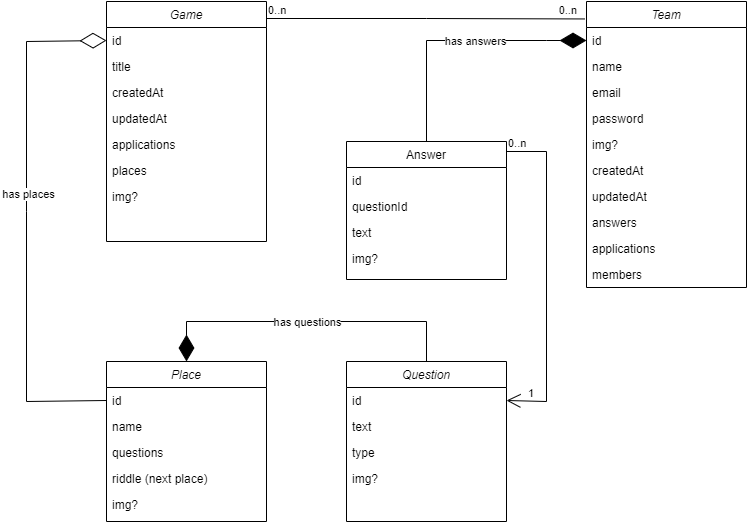
mherczku/szititour keeps this draw.io diagram as images/szititour-backend.png. Above is the earlier version. Source tidied: cells renumbered, new cells last; positions are measured from the earlier drawing's top-left corner, leaving out a move shared by most shapes.
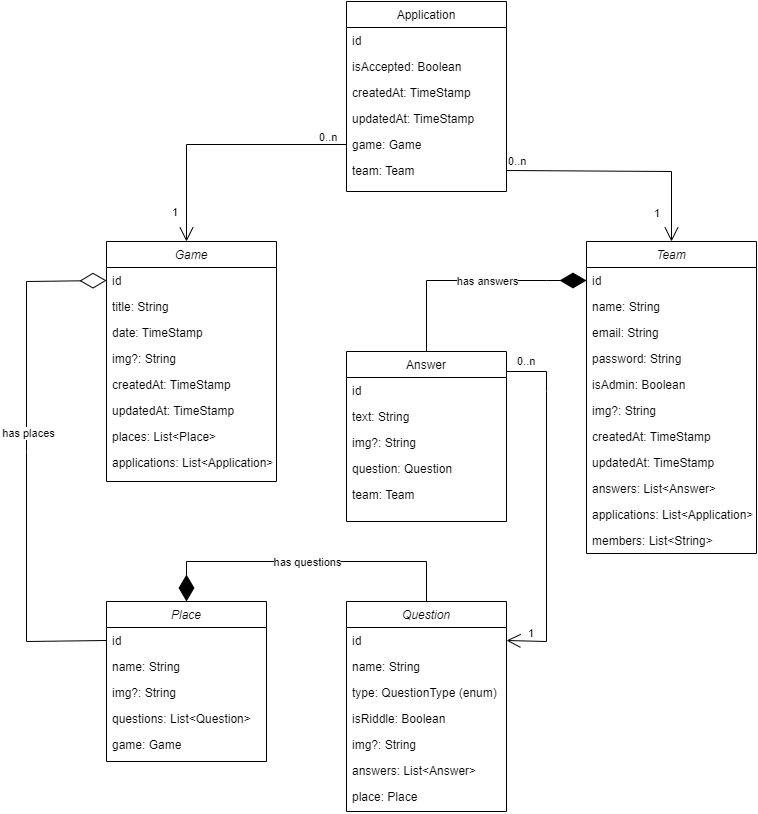
After the commit.

Diff of the diagram source:
```diff
@@ -3,95 +3,104 @@
     <mxCell id="0" />
     <mxCell id="1" parent="0" />
     <mxCell id="2" value="Team" style="swimlane;fontStyle=2;align=center;verticalAlign=top;horizontal=1;startSize=26;rounded=0;shadow=0;strokeWidth=1;" parent="1" vertex="1">
-      <mxGeometry x="560" width="160" height="286" as="geometry" />
+      <mxGeometry x="560" width="170" height="312" as="geometry" />
     </mxCell>
     <mxCell id="3" value="id" style="text;align=left;verticalAlign=top;spacingLeft=4;spacingRight=4;overflow=hidden;points=[[0,0.5],[1,0.5]];portConstraint=eastwest;" parent="2" vertex="1">
-      <mxGeometry y="26" width="160" height="26" as="geometry" />
+      <mxGeometry y="26" width="170" height="26" as="geometry" />
     </mxCell>
-    <mxCell id="4" value="name" style="text;align=left;verticalAlign=top;spacingLeft=4;spacingRight=4;overflow=hidden;rounded=0;shadow=0;html=0;" parent="2" vertex="1">
-      <mxGeometry y="52" width="160" height="26" as="geometry" />
+    <mxCell id="4" value="name: String" style="text;align=left;verticalAlign=top;spacingLeft=4;spacingRight=4;overflow=hidden;rounded=0;shadow=0;html=0;" parent="2" vertex="1">
+      <mxGeometry y="52" width="170" height="26" as="geometry" />
     </mxCell>
-    <mxCell id="5" value="email" style="text;align=left;verticalAlign=top;spacingLeft=4;spacingRight=4;overflow=hidden;rounded=0;shadow=0;html=0;" parent="2" vertex="1">
-      <mxGeometry y="78" width="160" height="26" as="geometry" />
+    <mxCell id="5" value="email: String" style="text;align=left;verticalAlign=top;spacingLeft=4;spacingRight=4;overflow=hidden;rounded=0;shadow=0;html=0;" parent="2" vertex="1">
+      <mxGeometry y="78" width="170" height="26" as="geometry" />
     </mxCell>
-    <mxCell id="6" value="password" style="text;align=left;verticalAlign=top;spacingLeft=4;spacingRight=4;overflow=hidden;rounded=0;shadow=0;html=0;" parent="2" vertex="1">
-      <mxGeometry y="104" width="160" height="26" as="geometry" />
+    <mxCell id="6" value="password: String" style="text;align=left;verticalAlign=top;spacingLeft=4;spacingRight=4;overflow=hidden;rounded=0;shadow=0;html=0;" parent="2" vertex="1">
+      <mxGeometry y="104" width="170" height="26" as="geometry" />
     </mxCell>
+    <mxCell id="49" value="isAdmin: Boolean" style="text;align=left;verticalAlign=top;spacingLeft=4;spacingRight=4;overflow=hidden;rounded=0;shadow=0;html=0;" parent="2" vertex="1">
+      <mxGeometry y="130" width="170" height="26" as="geometry" />
+    </mxCell>
-    <mxCell id="7" value="img?" style="text;align=left;verticalAlign=top;spacingLeft=4;spacingRight=4;overflow=hidden;rounded=0;shadow=0;html=0;" parent="2" vertex="1">
-      <mxGeometry y="130" width="160" height="26" as="geometry" />
+    <mxCell id="7" value="img?: String" style="text;align=left;verticalAlign=top;spacingLeft=4;spacingRight=4;overflow=hidden;rounded=0;shadow=0;html=0;" parent="2" vertex="1">
+      <mxGeometry y="156" width="170" height="26" as="geometry" />
     </mxCell>
-    <mxCell id="8" value="createdAt" style="text;align=left;verticalAlign=top;spacingLeft=4;spacingRight=4;overflow=hidden;rounded=0;shadow=0;html=0;" parent="2" vertex="1">
-      <mxGeometry y="156" width="160" height="26" as="geometry" />
+    <mxCell id="8" value="createdAt: TimeStamp" style="text;align=left;verticalAlign=top;spacingLeft=4;spacingRight=4;overflow=hidden;rounded=0;shadow=0;html=0;" parent="2" vertex="1">
+      <mxGeometry y="182" width="170" height="26" as="geometry" />
     </mxCell>
-    <mxCell id="9" value="updatedAt" style="text;align=left;verticalAlign=top;spacingLeft=4;spacingRight=4;overflow=hidden;rounded=0;shadow=0;html=0;" parent="2" vertex="1">
-      <mxGeometry y="182" width="160" height="26" as="geometry" />
+    <mxCell id="9" value="updatedAt: TimeStamp" style="text;align=left;verticalAlign=top;spacingLeft=4;spacingRight=4;overflow=hidden;rounded=0;shadow=0;html=0;" parent="2" vertex="1">
+      <mxGeometry y="208" width="170" height="26" as="geometry" />
     </mxCell>
-    <mxCell id="10" value="answers" style="text;align=left;verticalAlign=top;spacingLeft=4;spacingRight=4;overflow=hidden;rounded=0;shadow=0;html=0;" parent="2" vertex="1">
-      <mxGeometry y="208" width="160" height="26" as="geometry" />
+    <mxCell id="10" value="answers: List&lt;Answer&gt;" style="text;align=left;verticalAlign=top;spacingLeft=4;spacingRight=4;overflow=hidden;rounded=0;shadow=0;html=0;" parent="2" vertex="1">
+      <mxGeometry y="234" width="170" height="26" as="geometry" />
     </mxCell>
-    <mxCell id="11" value="applications" style="text;align=left;verticalAlign=top;spacingLeft=4;spacingRight=4;overflow=hidden;rounded=0;shadow=0;html=0;" parent="2" vertex="1">
-      <mxGeometry y="234" width="160" height="26" as="geometry" />
+    <mxCell id="11" value="applications: List&lt;Application&gt;" style="text;align=left;verticalAlign=top;spacingLeft=4;spacingRight=4;overflow=hidden;rounded=0;shadow=0;html=0;" parent="2" vertex="1">
+      <mxGeometry y="260" width="170" height="26" as="geometry" />
     </mxCell>
-    <mxCell id="12" value="members" style="text;align=left;verticalAlign=top;spacingLeft=4;spacingRight=4;overflow=hidden;rounded=0;shadow=0;html=0;" parent="2" vertex="1">
-      <mxGeometry y="260" width="160" height="26" as="geometry" />
+    <mxCell id="12" value="members: List&lt;String&gt;" style="text;align=left;verticalAlign=top;spacingLeft=4;spacingRight=4;overflow=hidden;rounded=0;shadow=0;html=0;" parent="2" vertex="1">
+      <mxGeometry y="286" width="170" height="26" as="geometry" />
     </mxCell>
     <mxCell id="13" value="Answer" style="swimlane;fontStyle=0;align=center;verticalAlign=top;horizontal=1;startSize=26;rounded=0;shadow=0;strokeWidth=1;" parent="1" vertex="1">
-      <mxGeometry x="320" y="140" width="160" height="138" as="geometry" />
+      <mxGeometry x="320" y="110" width="160" height="170" as="geometry" />
     </mxCell>
     <mxCell id="14" value="id" style="text;align=left;verticalAlign=top;spacingLeft=4;spacingRight=4;overflow=hidden;" parent="13" vertex="1">
       <mxGeometry y="26" width="160" height="26" as="geometry" />
     </mxCell>
-    <mxCell id="15" value="questionId" style="text;align=left;verticalAlign=top;spacingLeft=4;spacingRight=4;overflow=hidden;rounded=0;shadow=0;html=0;" parent="13" vertex="1">
-      <mxGeometry y="52" width="160" height="26" as="geometry" />
-    </mxCell>
-    <mxCell id="16" value="text" style="text;align=left;verticalAlign=top;spacingLeft=4;spacingRight=4;overflow=hidden;rounded=0;shadow=0;html=0;" parent="13" vertex="1">
-      <mxGeometry y="78" width="160" height="26" as="geometry" />
+    <mxCell id="16" value="text: String" style="text;align=left;verticalAlign=top;spacingLeft=4;spacingRight=4;overflow=hidden;rounded=0;shadow=0;html=0;" parent="13" vertex="1">
+      <mxGeometry y="52" width="160" height="26" as="geometry" />
     </mxCell>
-    <mxCell id="17" value="img?" style="text;align=left;verticalAlign=top;spacingLeft=4;spacingRight=4;overflow=hidden;rounded=0;shadow=0;html=0;" parent="13" vertex="1">
-      <mxGeometry y="104" width="160" height="26" as="geometry" />
+    <mxCell id="17" value="img?: String" style="text;align=left;verticalAlign=top;spacingLeft=4;spacingRight=4;overflow=hidden;rounded=0;shadow=0;html=0;" parent="13" vertex="1">
+      <mxGeometry y="78" width="160" height="26" as="geometry" />
     </mxCell>
+    <mxCell id="15" value="question: Question" style="text;align=left;verticalAlign=top;spacingLeft=4;spacingRight=4;overflow=hidden;rounded=0;shadow=0;html=0;" parent="13" vertex="1">
+      <mxGeometry y="104" width="160" height="26" as="geometry" />
+    </mxCell>
+    <mxCell id="50" value="team: Team" style="text;align=left;verticalAlign=top;spacingLeft=4;spacingRight=4;overflow=hidden;rounded=0;shadow=0;html=0;" parent="13" vertex="1">
+      <mxGeometry y="130" width="160" height="26" as="geometry" />
+    </mxCell>
     <mxCell id="18" value="Game" style="swimlane;fontStyle=2;align=center;verticalAlign=top;horizontal=1;startSize=26;rounded=0;shadow=0;strokeWidth=1;" parent="1" vertex="1">
-      <mxGeometry x="80" width="160" height="240" as="geometry" />
+      <mxGeometry x="80" width="170" height="240" as="geometry" />
     </mxCell>
     <mxCell id="19" value="id" style="text;align=left;verticalAlign=top;spacingLeft=4;spacingRight=4;overflow=hidden;points=[[0,0.5],[1,0.5]];portConstraint=eastwest;" parent="18" vertex="1">
-      <mxGeometry y="26" width="160" height="26" as="geometry" />
+      <mxGeometry y="26" width="170" height="26" as="geometry" />
     </mxCell>
-    <mxCell id="20" value="title" style="text;align=left;verticalAlign=top;spacingLeft=4;spacingRight=4;overflow=hidden;rounded=0;shadow=0;html=0;" parent="18" vertex="1">
-      <mxGeometry y="52" width="160" height="26" as="geometry" />
+    <mxCell id="20" value="title: String" style="text;align=left;verticalAlign=top;spacingLeft=4;spacingRight=4;overflow=hidden;rounded=0;shadow=0;html=0;" parent="18" vertex="1">
+      <mxGeometry y="52" width="170" height="26" as="geometry" />
     </mxCell>
+    <mxCell id="51" value="date: TimeStamp" style="text;align=left;verticalAlign=top;spacingLeft=4;spacingRight=4;overflow=hidden;rounded=0;shadow=0;html=0;" parent="18" vertex="1">
+      <mxGeometry y="78" width="170" height="26" as="geometry" />
+    </mxCell>
+    <mxCell id="25" value="img?: String" style="text;align=left;verticalAlign=top;spacingLeft=4;spacingRight=4;overflow=hidden;rounded=0;shadow=0;html=0;" parent="18" vertex="1">
+      <mxGeometry y="104" width="170" height="26" as="geometry" />
+    </mxCell>
-    <mxCell id="21" value="createdAt" style="text;align=left;verticalAlign=top;spacingLeft=4;spacingRight=4;overflow=hidden;rounded=0;shadow=0;html=0;" parent="18" vertex="1">
-      <mxGeometry y="78" width="160" height="26" as="geometry" />
+    <mxCell id="21" value="createdAt: TimeStamp" style="text;align=left;verticalAlign=top;spacingLeft=4;spacingRight=4;overflow=hidden;rounded=0;shadow=0;html=0;" parent="18" vertex="1">
+      <mxGeometry y="130" width="170" height="26" as="geometry" />
     </mxCell>
-    <mxCell id="22" value="updatedAt" style="text;align=left;verticalAlign=top;spacingLeft=4;spacingRight=4;overflow=hidden;rounded=0;shadow=0;html=0;" parent="18" vertex="1">
-      <mxGeometry y="104" width="160" height="26" as="geometry" />
+    <mxCell id="22" value="updatedAt: TimeStamp" style="text;align=left;verticalAlign=top;spacingLeft=4;spacingRight=4;overflow=hidden;rounded=0;shadow=0;html=0;" parent="18" vertex="1">
+      <mxGeometry y="156" width="170" height="26" as="geometry" />
     </mxCell>
+    <mxCell id="24" value="places: List&lt;Place&gt;" style="text;align=left;verticalAlign=top;spacingLeft=4;spacingRight=4;overflow=hidden;rounded=0;shadow=0;html=0;" parent="18" vertex="1">
+      <mxGeometry y="182" width="170" height="26" as="geometry" />
+    </mxCell>
-    <mxCell id="23" value="applications" style="text;align=left;verticalAlign=top;spacingLeft=4;spacingRight=4;overflow=hidden;rounded=0;shadow=0;html=0;" parent="18" vertex="1">
-      <mxGeometry y="130" width="160" height="26" as="geometry" />
+    <mxCell id="23" value="applications: List&lt;Application&gt;" style="text;align=left;verticalAlign=top;spacingLeft=4;spacingRight=4;overflow=hidden;rounded=0;shadow=0;html=0;" parent="18" vertex="1">
+      <mxGeometry y="208" width="170" height="26" as="geometry" />
     </mxCell>
-    <mxCell id="24" value="places" style="text;align=left;verticalAlign=top;spacingLeft=4;spacingRight=4;overflow=hidden;rounded=0;shadow=0;html=0;" parent="18" vertex="1">
-      <mxGeometry y="156" width="160" height="26" as="geometry" />
-    </mxCell>
-    <mxCell id="25" value="img?" style="text;align=left;verticalAlign=top;spacingLeft=4;spacingRight=4;overflow=hidden;rounded=0;shadow=0;html=0;" parent="18" vertex="1">
-      <mxGeometry y="182" width="160" height="26" as="geometry" />
-    </mxCell>
     <mxCell id="26" value="Place" style="swimlane;fontStyle=2;align=center;verticalAlign=top;horizontal=1;startSize=26;rounded=0;shadow=0;strokeWidth=1;" parent="1" vertex="1">
       <mxGeometry x="80" y="360" width="160" height="160" as="geometry" />
     </mxCell>
     <mxCell id="27" value="id" style="text;align=left;verticalAlign=top;spacingLeft=4;spacingRight=4;overflow=hidden;points=[[0,0.5],[1,0.5]];portConstraint=eastwest;" parent="26" vertex="1">
       <mxGeometry y="26" width="160" height="26" as="geometry" />
     </mxCell>
-    <mxCell id="28" value="name" style="text;align=left;verticalAlign=top;spacingLeft=4;spacingRight=4;overflow=hidden;rounded=0;shadow=0;html=0;" parent="26" vertex="1">
+    <mxCell id="28" value="name: String" style="text;align=left;verticalAlign=top;spacingLeft=4;spacingRight=4;overflow=hidden;rounded=0;shadow=0;html=0;" parent="26" vertex="1">
       <mxGeometry y="52" width="160" height="26" as="geometry" />
     </mxCell>
+    <mxCell id="31" value="img?: String" style="text;align=left;verticalAlign=top;spacingLeft=4;spacingRight=4;overflow=hidden;rounded=0;shadow=0;html=0;" parent="26" vertex="1">
+      <mxGeometry y="78" width="160" height="26" as="geometry" />
+    </mxCell>
-    <mxCell id="29" value="questions" style="text;align=left;verticalAlign=top;spacingLeft=4;spacingRight=4;overflow=hidden;rounded=0;shadow=0;html=0;" parent="26" vertex="1">
-      <mxGeometry y="78" width="160" height="26" as="geometry" />
+    <mxCell id="29" value="questions: List&lt;Question&gt;" style="text;align=left;verticalAlign=top;spacingLeft=4;spacingRight=4;overflow=hidden;rounded=0;shadow=0;html=0;" parent="26" vertex="1">
+      <mxGeometry y="104" width="160" height="26" as="geometry" />
     </mxCell>
-    <mxCell id="30" value="riddle (next place)" style="text;align=left;verticalAlign=top;spacingLeft=4;spacingRight=4;overflow=hidden;rounded=0;shadow=0;html=0;" parent="26" vertex="1">
-      <mxGeometry y="104" width="160" height="26" as="geometry" />
-    </mxCell>
-    <mxCell id="31" value="img?" style="text;align=left;verticalAlign=top;spacingLeft=4;spacingRight=4;overflow=hidden;rounded=0;shadow=0;html=0;" parent="26" vertex="1">
-      <mxGeometry y="130" width="160" height="26" as="geometry" />
-    </mxCell>
+    <mxCell id="52" value="game: Game" style="text;align=left;verticalAlign=top;spacingLeft=4;spacingRight=4;overflow=hidden;rounded=0;shadow=0;html=0;" parent="26" vertex="1">
+      <mxGeometry y="130" width="160" height="26" as="geometry" />
+    </mxCell>
     <mxCell id="32" style="endArrow=diamondThin;endFill=1;endSize=24;html=1;rounded=0;entryX=0;entryY=0.5;entryDx=0;entryDy=0;exitX=0.5;exitY=0;exitDx=0;exitDy=0;" parent="1" edge="1" source="13" target="3">
       <mxGeometry relative="1" as="geometry">
         <Array as="points">
@@ -116,33 +125,29 @@
       <mxGeometry x="0.11" y="-1" relative="1" as="geometry" />
     </mxCell>
     <mxCell id="36" value="Question" style="swimlane;fontStyle=2;align=center;verticalAlign=top;horizontal=1;startSize=26;rounded=0;shadow=0;strokeWidth=1;" parent="1" vertex="1">
-      <mxGeometry x="320" y="360" width="160" height="160" as="geometry" />
+      <mxGeometry x="320" y="360" width="160" height="210" as="geometry" />
     </mxCell>
     <mxCell id="37" value="id" style="text;align=left;verticalAlign=top;spacingLeft=4;spacingRight=4;overflow=hidden;points=[[0,0.5],[1,0.5]];portConstraint=eastwest;" parent="36" vertex="1">
       <mxGeometry y="26" width="160" height="26" as="geometry" />
     </mxCell>
-    <mxCell id="38" value="text" style="text;align=left;verticalAlign=top;spacingLeft=4;spacingRight=4;overflow=hidden;rounded=0;shadow=0;html=0;" parent="36" vertex="1">
+    <mxCell id="38" value="name: String" style="text;align=left;verticalAlign=top;spacingLeft=4;spacingRight=4;overflow=hidden;rounded=0;shadow=0;html=0;" parent="36" vertex="1">
       <mxGeometry y="52" width="160" height="26" as="geometry" />
     </mxCell>
-    <mxCell id="39" value="type" style="text;align=left;verticalAlign=top;spacingLeft=4;spacingRight=4;overflow=hidden;rounded=0;shadow=0;html=0;" parent="36" vertex="1">
+    <mxCell id="39" value="type: QuestionType (enum)" style="text;align=left;verticalAlign=top;spacingLeft=4;spacingRight=4;overflow=hidden;rounded=0;shadow=0;html=0;" parent="36" vertex="1">
       <mxGeometry y="78" width="160" height="26" as="geometry" />
     </mxCell>
+    <mxCell id="53" value="isRiddle: Boolean" style="text;align=left;verticalAlign=top;spacingLeft=4;spacingRight=4;overflow=hidden;rounded=0;shadow=0;html=0;" parent="36" vertex="1">
+      <mxGeometry y="104" width="160" height="26" as="geometry" />
+    </mxCell>
-    <mxCell id="40" value="img?" style="text;align=left;verticalAlign=top;spacingLeft=4;spacingRight=4;overflow=hidden;rounded=0;shadow=0;html=0;" parent="36" vertex="1">
-      <mxGeometry y="104" width="160" height="26" as="geometry" />
+    <mxCell id="40" value="img?: String" style="text;align=left;verticalAlign=top;spacingLeft=4;spacingRight=4;overflow=hidden;rounded=0;shadow=0;html=0;" parent="36" vertex="1">
+      <mxGeometry y="130" width="160" height="26" as="geometry" />
     </mxCell>
-    <mxCell id="41" style="endArrow=none;html=1;edgeStyle=orthogonalEdgeStyle;rounded=0;entryX=-0.01;entryY=0.061;entryDx=0;entryDy=0;entryPerimeter=0;" parent="1" edge="1" target="2">
-      <mxGeometry relative="1" as="geometry">
-        <mxPoint x="240" y="17" as="sourcePoint" />
-      </mxGeometry>
-    </mxCell>
-    <mxCell id="42" value="0..n" style="edgeLabel;html=1;align=left;verticalAlign=bottom;" parent="41" vertex="1">
-      <mxGeometry x="-1" relative="1" as="geometry" />
-    </mxCell>
-    <mxCell id="43" value="0..n" style="edgeLabel;html=1;align=right;verticalAlign=bottom;" parent="41" vertex="1">
-      <mxGeometry x="1" relative="1" as="geometry">
-        <mxPoint x="-8" as="offset" />
-      </mxGeometry>
-    </mxCell>
+    <mxCell id="54" value="answers: List&lt;Answer&gt;" style="text;align=left;verticalAlign=top;spacingLeft=4;spacingRight=4;overflow=hidden;rounded=0;shadow=0;html=0;" parent="36" vertex="1">
+      <mxGeometry y="156" width="160" height="26" as="geometry" />
+    </mxCell>
+    <mxCell id="55" value="place: Place" style="text;align=left;verticalAlign=top;spacingLeft=4;spacingRight=4;overflow=hidden;rounded=0;shadow=0;html=0;" parent="36" vertex="1">
+      <mxGeometry y="182" width="160" height="26" as="geometry" />
+    </mxCell>
     <mxCell id="44" style="endArrow=diamondThin;endFill=1;endSize=24;html=1;rounded=0;entryX=0.5;entryY=0;entryDx=0;entryDy=0;exitX=0.5;exitY=0;exitDx=0;exitDy=0;" parent="1" edge="1" source="36" target="26">
       <mxGeometry relative="1" as="geometry">
         <Array as="points">
@@ -158,18 +163,77 @@
     </mxCell>
     <mxCell id="46" style="endArrow=open;endFill=1;endSize=12;html=1;rounded=0;entryX=1;entryY=0.5;entryDx=0;entryDy=0;" parent="1" edge="1" target="37">
       <mxGeometry relative="1" as="geometry">
-        <mxPoint x="480" y="150" as="sourcePoint" />
+        <mxPoint x="480" y="130" as="sourcePoint" />
         <Array as="points">
+          <mxPoint x="520" y="130" />
           <mxPoint x="520" y="150" />
           <mxPoint x="520" y="400" />
         </Array>
       </mxGeometry>
     </mxCell>
     <mxCell id="47" value="0..n" style="edgeLabel;html=1;align=left;verticalAlign=bottom;" parent="1" vertex="1">
-      <mxGeometry x="480" y="150" as="geometry" />
+      <mxGeometry x="490" y="156" as="geometry">
+        <mxPoint x="-1" y="-28" as="offset" />
+      </mxGeometry>
     </mxCell>
     <mxCell id="48" value="1" style="edgeLabel;html=1;align=left;verticalAlign=bottom;" parent="1" vertex="1">
       <mxGeometry x="500" y="400" as="geometry" />
     </mxCell>
+    <mxCell id="56" value="Application" style="swimlane;fontStyle=0;align=center;verticalAlign=top;horizontal=1;startSize=26;rounded=0;shadow=0;strokeWidth=1;" parent="1" vertex="1">
+      <mxGeometry x="320" y="-240" width="160" height="190" as="geometry" />
+    </mxCell>
+    <mxCell id="57" value="id" style="text;align=left;verticalAlign=top;spacingLeft=4;spacingRight=4;overflow=hidden;" parent="56" vertex="1">
+      <mxGeometry y="26" width="160" height="26" as="geometry" />
+    </mxCell>
+    <mxCell id="58" value="isAccepted: Boolean" style="text;align=left;verticalAlign=top;spacingLeft=4;spacingRight=4;overflow=hidden;rounded=0;shadow=0;html=0;" parent="56" vertex="1">
+      <mxGeometry y="52" width="160" height="26" as="geometry" />
+    </mxCell>
+    <mxCell id="59" value="createdAt: TimeStamp" style="text;align=left;verticalAlign=top;spacingLeft=4;spacingRight=4;overflow=hidden;rounded=0;shadow=0;html=0;" parent="56" vertex="1">
+      <mxGeometry y="78" width="160" height="26" as="geometry" />
+    </mxCell>
+    <mxCell id="60" value="updatedAt: TimeStamp" style="text;align=left;verticalAlign=top;spacingLeft=4;spacingRight=4;overflow=hidden;rounded=0;shadow=0;html=0;" parent="56" vertex="1">
+      <mxGeometry y="104" width="160" height="26" as="geometry" />
+    </mxCell>
+    <mxCell id="61" value="game: Game" style="text;align=left;verticalAlign=top;spacingLeft=4;spacingRight=4;overflow=hidden;points=[[0,0.5],[1,0.5]];portConstraint=eastwest;rounded=0;shadow=0;html=0;" parent="56" vertex="1">
+      <mxGeometry y="130" width="160" height="26" as="geometry" />
+    </mxCell>
+    <mxCell id="62" value="team: Team" style="text;align=left;verticalAlign=top;spacingLeft=4;spacingRight=4;overflow=hidden;points=[[0,0.5],[1,0.5]];portConstraint=eastwest;rounded=0;shadow=0;html=0;" parent="56" vertex="1">
+      <mxGeometry y="156" width="160" height="26" as="geometry" />
+    </mxCell>
+    <mxCell id="63" style="endArrow=open;endFill=1;endSize=12;html=1;rounded=0;exitX=0;exitY=0.5;exitDx=0;exitDy=0;" parent="1" edge="1" source="61">
+      <mxGeometry relative="1" as="geometry">
+        <mxPoint x="160" as="targetPoint" />
+        <Array as="points">
+          <mxPoint x="160" y="-97" />
+        </Array>
+      </mxGeometry>
+    </mxCell>
+    <mxCell id="64" style="endArrow=open;endFill=1;endSize=12;html=1;rounded=0;entryX=0.5;entryY=0;entryDx=0;entryDy=0;exitX=1;exitY=0.5;exitDx=0;exitDy=0;" parent="1" edge="1" source="62" target="2">
+      <mxGeometry relative="1" as="geometry">
+        <Array as="points">
+          <mxPoint x="645" y="-70" />
+        </Array>
+      </mxGeometry>
+    </mxCell>
+    <mxCell id="65" value="1" style="edgeLabel;html=1;align=left;verticalAlign=bottom;" parent="1" vertex="1">
+      <mxGeometry x="490" y="400" as="geometry">
+        <mxPoint x="136" y="-420" as="offset" />
+      </mxGeometry>
+    </mxCell>
+    <mxCell id="66" value="1" style="edgeLabel;html=1;align=left;verticalAlign=bottom;" parent="1" vertex="1">
+      <mxGeometry x="440" y="510" as="geometry">
+        <mxPoint x="-296" y="-531" as="offset" />
+      </mxGeometry>
+    </mxCell>
+    <mxCell id="67" value="0..n" style="edgeLabel;html=1;align=left;verticalAlign=bottom;" parent="1" vertex="1">
+      <mxGeometry x="490" y="160" as="geometry">
+        <mxPoint x="-10" y="-232" as="offset" />
+      </mxGeometry>
+    </mxCell>
+    <mxCell id="68" value="0..n" style="edgeLabel;html=1;align=left;verticalAlign=bottom;" parent="1" vertex="1">
+      <mxGeometry x="500" y="180" as="geometry">
+        <mxPoint x="-209" y="-276" as="offset" />
+      </mxGeometry>
+    </mxCell>
   </root>
 </mxGraphModel>
```
